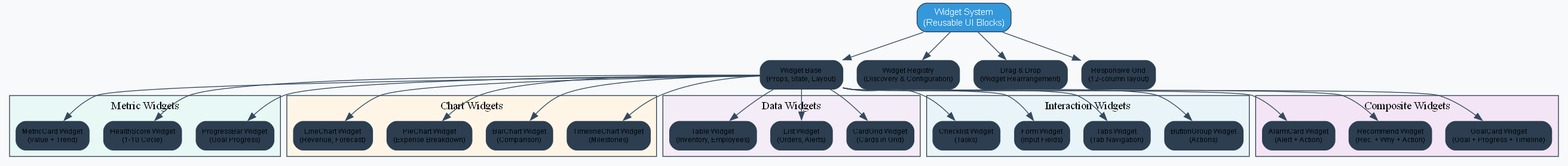
Above: architecture/widget_system_architecture.png in trisandhya/dhanaadhya (Graphviz), before the change. Its source is kept beside it as architecture/widget_system_architecture.dot.
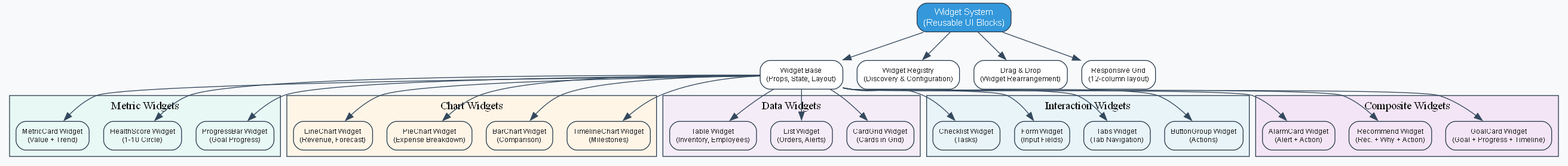
After the change.

Commit message:
update color coding

Change to the diagram source:
```diff
@@ -1,7 +1,7 @@
 digraph WidgetSystemArchitecture {
   rankdir=TB;
   bgcolor="#f8f9fa";
-  node [shape=box, style="rounded,filled", color="#2c3e50", fontname="Arial", fontsize=9];
+  node [shape=box, style="rounded,filled", color="#2c3e50", fontname="Arial", fontsize=9, fontcolor="#1a1a1a", fillcolor="#ffffff"];
   edge [color="#34495e", fontsize=8];
 
   WidgetSystem [label="Widget System\n(Reusable UI Blocks)", shape=box, style="rounded,filled", fillcolor="#3498db", fontcolor=white, fontsize=11, fontweight=bold];
@@ -19,9 +19,9 @@
     fillcolor = "#e8f8f5";
     color = "#2c3e50";
 
-    MetricCard [label="MetricCard Widget\n(Value + Trend)"];
-    HealthScore [label="HealthScore Widget\n(1-10 Circle)"];
-    ProgressBar [label="ProgressBar Widget\n(Goal Progress)"];
+    MetricCard [label="MetricCard Widget\n(Value + Trend)", fillcolor="#e8f8f5", fontcolor="#1a1a1a"];
+    HealthScore [label="HealthScore Widget\n(1-10 Circle)", fillcolor="#e8f8f5", fontcolor="#1a1a1a"];
+    ProgressBar [label="ProgressBar Widget\n(Goal Progress)", fillcolor="#e8f8f5", fontcolor="#1a1a1a"];
   }
 
   subgraph cluster_chart_widgets {
@@ -30,10 +30,10 @@
     fillcolor = "#fef5e7";
     color = "#2c3e50";
 
-    LineChart [label="LineChart Widget\n(Revenue, Forecast)"];
-    PieChart [label="PieChart Widget\n(Expense Breakdown)"];
-    BarChart [label="BarChart Widget\n(Comparison)"];
-    TimelineChart [label="TimelineChart Widget\n(Milestones)"];
+    LineChart [label="LineChart Widget\n(Revenue, Forecast)", fillcolor="#fef5e7", fontcolor="#1a1a1a"];
+    PieChart [label="PieChart Widget\n(Expense Breakdown)", fillcolor="#fef5e7", fontcolor="#1a1a1a"];
+    BarChart [label="BarChart Widget\n(Comparison)", fillcolor="#fef5e7", fontcolor="#1a1a1a"];
+    TimelineChart [label="TimelineChart Widget\n(Milestones)", fillcolor="#fef5e7", fontcolor="#1a1a1a"];
   }
 
   subgraph cluster_data_widgets {
@@ -42,9 +42,9 @@
     fillcolor = "#f4ecf7";
     color = "#2c3e50";
 
-    TableWidget [label="Table Widget\n(Inventory, Employees)"];
-    ListWidget [label="List Widget\n(Orders, Alerts)"];
-    CardGrid [label="CardGrid Widget\n(Cards in Grid)"];
+    TableWidget [label="Table Widget\n(Inventory, Employees)", fillcolor="#f4ecf7", fontcolor="#1a1a1a"];
+    ListWidget [label="List Widget\n(Orders, Alerts)", fillcolor="#f4ecf7", fontcolor="#1a1a1a"];
+    CardGrid [label="CardGrid Widget\n(Cards in Grid)", fillcolor="#f4ecf7", fontcolor="#1a1a1a"];
   }
 
   subgraph cluster_interaction_widgets {
@@ -53,10 +53,10 @@
     fillcolor = "#e8f4f8";
     color = "#2c3e50";
 
-    ChecklistWidget [label="Checklist Widget\n(Tasks)"];
-    FormWidget [label="Form Widget\n(Input Fields)"];
-    TabsWidget [label="Tabs Widget\n(Tab Navigation)"];
-    ButtonGroup [label="ButtonGroup Widget\n(Actions)"];
+    ChecklistWidget [label="Checklist Widget\n(Tasks)", fillcolor="#e8f4f8", fontcolor="#1a1a1a"];
+    FormWidget [label="Form Widget\n(Input Fields)", fillcolor="#e8f4f8", fontcolor="#1a1a1a"];
+    TabsWidget [label="Tabs Widget\n(Tab Navigation)", fillcolor="#e8f4f8", fontcolor="#1a1a1a"];
+    ButtonGroup [label="ButtonGroup Widget\n(Actions)", fillcolor="#e8f4f8", fontcolor="#1a1a1a"];
   }
 
   subgraph cluster_composite_widgets {
@@ -65,9 +65,9 @@
     fillcolor = "#f3e5f5";
     color = "#2c3e50";
 
-    AlarmCard [label="AlarmCard Widget\n(Alert + Action)"];
-    RecommendWidget [label="Recommend Widget\n(Rec. + Why + Action)"];
-    GoalCard [label="GoalCard Widget\n(Goal + Progress + Timeline)"];
+    AlarmCard [label="AlarmCard Widget\n(Alert + Action)", fillcolor="#f3e5f5", fontcolor="#1a1a1a"];
+    RecommendWidget [label="Recommend Widget\n(Rec. + Why + Action)", fillcolor="#f3e5f5", fontcolor="#1a1a1a"];
+    GoalCard [label="GoalCard Widget\n(Goal + Progress + Timeline)", fillcolor="#f3e5f5", fontcolor="#1a1a1a"];
   }
 
   WidgetBase -> {MetricCard, HealthScore, ProgressBar, LineChart, PieChart, BarChart, TimelineChart, TableWidget, ListWidget, CardGrid, ChecklistWidget, FormWidget, TabsWidget, ButtonGroup, AlarmCard, RecommendWidget, GoalCard};
```
